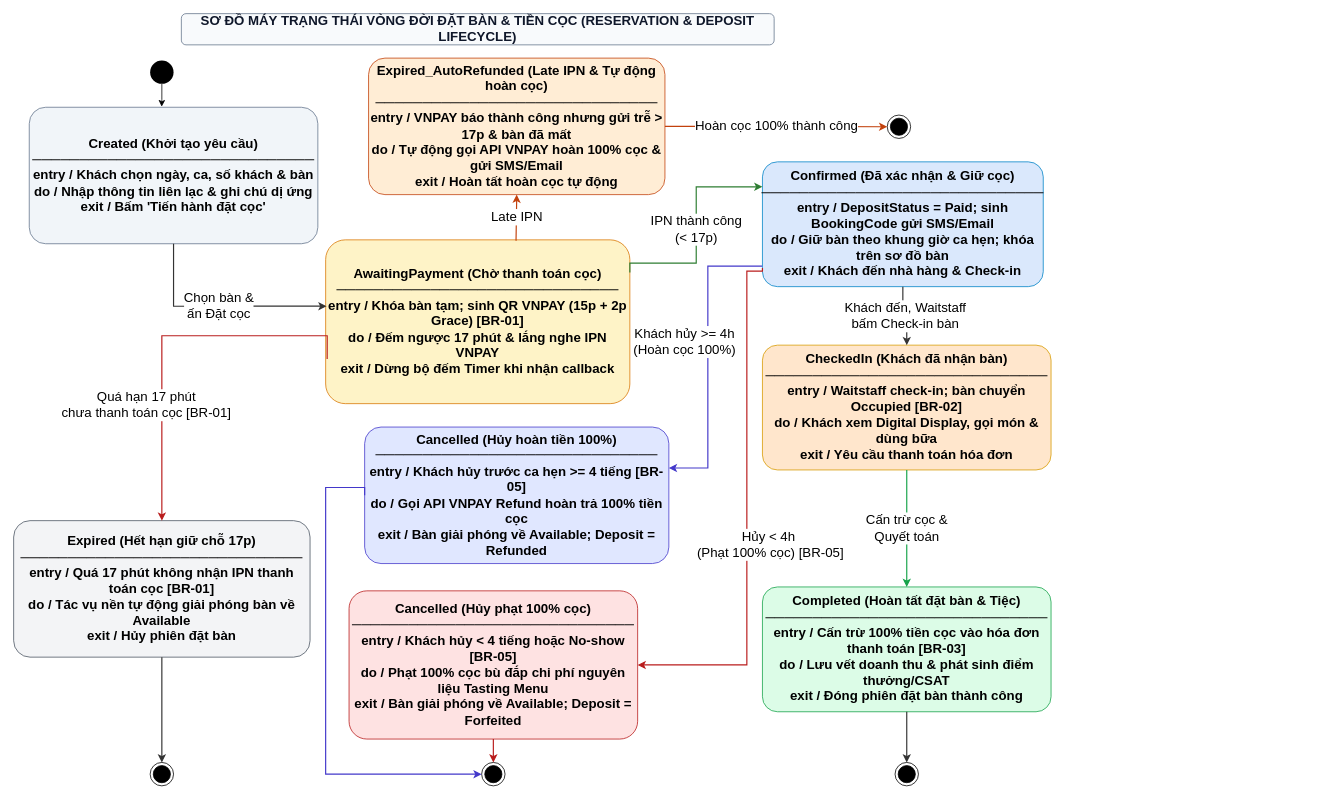
Above: docs/phase1/drawio/state_reservation_lifecycle.drawio in AndrewQng/VinDining (draw.io), before the change. Source tidied: cells renumbered, new cells numbered last; positions are measured from the earlier drawing's top-left corner, leaving out a move shared by most shapes. Both pictures are drawn from the tidied source at 78%, with x=0, y=0 at pixel (13, 13).
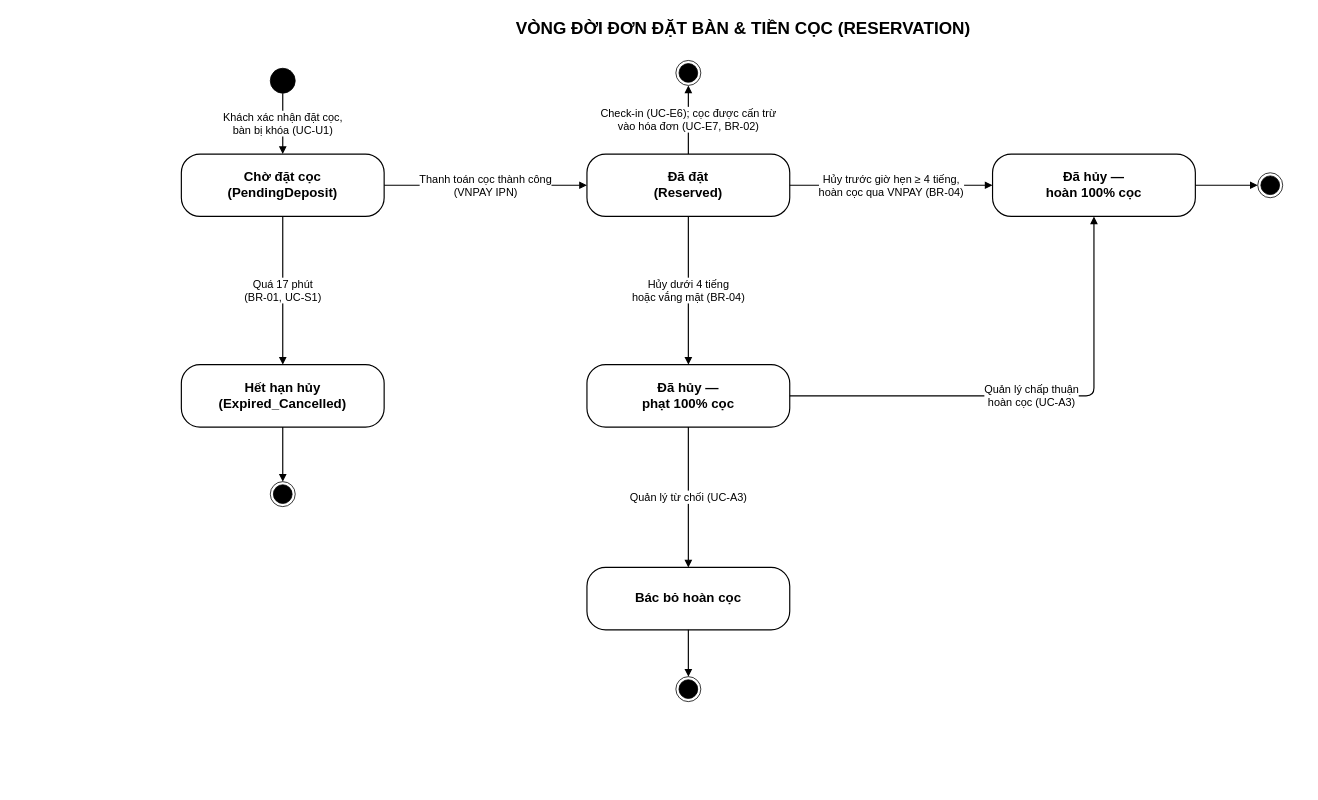
The same diagram, later.

What changed in the source:
```diff
@@
-    <mxCell id="2" value="SƠ ĐỒ MÁY TRẠNG THÁI VÒNG ĐỜI ĐẶT BÀN &amp;amp; TIỀN CỌC (RESERVATION &amp;amp; DEPOSIT LIFECYCLE)" style="rounded=1;whiteSpace=wrap;html=1;fillColor=#f8fafc;strokeColor=#64748b;fontStyle=1;fontSize=17;fontColor=#0f172a;" parent="1" vertex="1">
-      <mxGeometry x="215" width="760" height="40" as="geometry" />
+    <mxCell id="2" value="VÒNG ĐỜI ĐƠN ĐẶT BÀN &amp; TIỀN CỌC (RESERVATION)" style="text;html=1;fontSize=22;fontStyle=1;align=center;" parent="1" vertex="1">
+      <mxGeometry x="215" width="1440" height="40" as="geometry" />
     </mxCell>
-    <mxCell id="3" style="ellipse;whiteSpace=wrap;html=1;fillColor=#000000;strokeColor=none;fontSize=17;" parent="1" vertex="1">
-      <mxGeometry x="175" y="60" width="30" height="30" as="geometry" />
-    </mxCell>
-    <mxCell id="4" value="Created (Khởi tạo yêu cầu)&#10;──────────────────────────────&#10;entry / Khách chọn ngày, ca, số khách &amp;amp; bàn&#10;do / Nhập thông tin liên lạc &amp;amp; ghi chú dị ứng&#10;exit / Bấm 'Tiến hành đặt cọc'" style="rounded=1;arcSize=12;whiteSpace=wrap;html=1;fillColor=#f1f5f9;strokeColor=#64748b;fontStyle=1;fontSize=17;align=center;verticalAlign=middle;" parent="1" vertex="1">
-      <mxGeometry x="20" y="120" width="370" height="175" as="geometry" />
-    </mxCell>
-    <mxCell id="5" value="AwaitingPayment (Chờ thanh toán cọc)&#10;──────────────────────────────&#10;entry / Khóa bàn tạm; sinh QR VNPAY (15p + 2p Grace) [BR-01]&#10;do / Đếm ngược 17 phút &amp;amp; lắng nghe IPN VNPAY&#10;exit / Dừng bộ đếm Timer khi nhận callback" style="rounded=1;arcSize=12;whiteSpace=wrap;html=1;fillColor=#fef3c7;strokeColor=#d97706;fontStyle=1;fontSize=17;align=center;verticalAlign=middle;" parent="1" vertex="1">
-      <mxGeometry x="400" y="290" width="390" height="210" as="geometry" />
-    </mxCell>
-    <mxCell id="6" value="Confirmed (Đã xác nhận &amp;amp; Giữ cọc)&#10;──────────────────────────────&#10;entry / DepositStatus = Paid; sinh BookingCode gửi SMS/Email&#10;do / Giữ bàn theo khung giờ ca hẹn; khóa trên sơ đồ bàn&#10;exit / Khách đến nhà hàng &amp;amp; Check-in" style="rounded=1;arcSize=12;whiteSpace=wrap;html=1;fillColor=#dae8fc;strokeColor=#0284c7;fontStyle=1;fontSize=17;align=center;verticalAlign=middle;" parent="1" vertex="1">
-      <mxGeometry x="960" y="190" width="360" height="160" as="geometry" />
-    </mxCell>
-    <mxCell id="7" value="CheckedIn (Khách đã nhận bàn)&#10;──────────────────────────────&#10;entry / Waitstaff check-in; bàn chuyển Occupied [BR-02]&#10;do / Khách xem Digital Display, gọi món &amp;amp; dùng bữa&#10;exit / Yêu cầu thanh toán hóa đơn" style="rounded=1;arcSize=12;whiteSpace=wrap;html=1;fillColor=#ffe6cc;strokeColor=#d79b00;fontStyle=1;fontSize=17;align=center;verticalAlign=middle;" parent="1" vertex="1">
-      <mxGeometry x="960" y="425" width="370" height="160" as="geometry" />
-    </mxCell>
-    <mxCell id="8" value="Completed (Hoàn tất đặt bàn &amp;amp; Tiệc)&#10;──────────────────────────────&#10;entry / Cấn trừ 100% tiền cọc vào hóa đơn thanh toán [BR-03]&#10;do / Lưu vết doanh thu &amp;amp; phát sinh điểm thưởng/CSAT&#10;exit / Đóng phiên đặt bàn thành công" style="rounded=1;arcSize=12;whiteSpace=wrap;html=1;fillColor=#dcfce7;strokeColor=#16a34a;fontStyle=1;fontSize=17;align=center;verticalAlign=middle;" parent="1" vertex="1">
-      <mxGeometry x="960" y="735" width="370" height="160" as="geometry" />
-    </mxCell>
-    <mxCell id="9" value="Cancelled (Hủy hoàn tiền 100%)&#10;──────────────────────────────&#10;entry / Khách hủy trước ca hẹn &amp;gt;= 4 tiếng [BR-05]&#10;do / Gọi API VNPAY Refund hoàn trả 100% tiền cọc&#10;exit / Bàn giải phóng về Available; Deposit = Refunded" style="rounded=1;arcSize=12;whiteSpace=wrap;html=1;fillColor=#e0e7ff;strokeColor=#4338ca;fontStyle=1;fontSize=17;align=center;verticalAlign=middle;" parent="1" vertex="1">
-      <mxGeometry x="450" y="530" width="390" height="175" as="geometry" />
-    </mxCell>
-    <mxCell id="10" value="Cancelled (Hủy phạt 100% cọc)&#10;──────────────────────────────&#10;entry / Khách hủy &amp;lt; 4 tiếng hoặc No-show [BR-05]&#10;do / Phạt 100% cọc bù đắp chi phí nguyên liệu Tasting Menu&#10;exit / Bàn giải phóng về Available; Deposit = Forfeited" style="rounded=1;arcSize=12;whiteSpace=wrap;html=1;fillColor=#fee2e2;strokeColor=#b91c1c;fontStyle=1;fontSize=17;align=center;verticalAlign=middle;" parent="1" vertex="1">
-      <mxGeometry x="430" y="740" width="370" height="190" as="geometry" />
-    </mxCell>
-    <mxCell id="11" value="Expired (Hết hạn giữ chỗ 17p)&#10;──────────────────────────────&#10;entry / Quá 17 phút không nhận IPN thanh toán cọc [BR-01]&#10;do / Tác vụ nền tự động giải phóng bàn về Available&#10;exit / Hủy phiên đặt bàn" style="rounded=1;arcSize=12;whiteSpace=wrap;html=1;fillColor=#f3f4f6;strokeColor=#4b5563;fontStyle=1;fontSize=17;align=center;verticalAlign=middle;" parent="1" vertex="1">
-      <mxGeometry y="650" width="380" height="175" as="geometry" />
-    </mxCell>
-    <mxCell id="12" value="Expired_AutoRefunded (Late IPN &amp;amp; Tự động hoàn cọc)&#10;──────────────────────────────&#10;entry / VNPAY báo thành công nhưng gửi trễ &amp;gt; 17p &amp;amp; bàn đã mất&#10;do / Tự động gọi API VNPAY hoàn 100% cọc &amp;amp; gửi SMS/Email&#10;exit / Hoàn tất hoàn cọc tự động" style="rounded=1;arcSize=12;whiteSpace=wrap;html=1;fillColor=#ffedd5;strokeColor=#c2410c;fontStyle=1;fontSize=17;align=center;verticalAlign=middle;" parent="1" vertex="1">
-      <mxGeometry x="455" y="57" width="380" height="175" as="geometry" />
-    </mxCell>
-    <mxCell id="13" style="ellipse;html=1;shape=endState;fillColor=#000000;strokeColor=#000000;fontSize=17;" parent="1" vertex="1">
-      <mxGeometry x="1130" y="960" width="30" height="30" as="geometry" />
-    </mxCell>
-    <mxCell id="14" style="ellipse;html=1;shape=endState;fillColor=#000000;strokeColor=#000000;fontSize=17;" parent="1" vertex="1">
-      <mxGeometry x="175" y="960" width="30" height="30" as="geometry" />
-    </mxCell>
-    <mxCell id="15" style="ellipse;html=1;shape=endState;fillColor=#000000;strokeColor=#000000;fontSize=17;" parent="1" vertex="1">
-      <mxGeometry x="600" y="960" width="30" height="30" as="geometry" />
-    </mxCell>
-    <mxCell id="16" style="ellipse;html=1;shape=endState;fillColor=#000000;strokeColor=#000000;fontSize=17;" parent="1" vertex="1">
-      <mxGeometry x="1120" y="130" width="30" height="30" as="geometry" />
-    </mxCell>
+    <mxCell id="31" style="ellipse;fillColor=#000000;strokeColor=#000000;" parent="1" vertex="1">
+      <mxGeometry x="329" y="70" width="32" height="32" as="geometry" />
+    </mxCell>
+    <mxCell id="32" value="Chờ đặt cọc&lt;br&gt;(PendingDeposit)" style="rounded=1;arcSize=30;whiteSpace=wrap;html=1;fontSize=17;fontStyle=1;strokeWidth=1.5;" parent="1" vertex="1">
+      <mxGeometry x="215" y="180" width="260" height="80" as="geometry" />
+    </mxCell>
+    <mxCell id="33" value="Hết hạn hủy&lt;br&gt;(Expired_Cancelled)" style="rounded=1;arcSize=30;whiteSpace=wrap;html=1;fontSize=17;fontStyle=1;strokeWidth=1.5;" parent="1" vertex="1">
+      <mxGeometry x="215" y="450" width="260" height="80" as="geometry" />
+    </mxCell>
+    <mxCell id="34" value="Đã đặt&lt;br&gt;(Reserved)" style="rounded=1;arcSize=30;whiteSpace=wrap;html=1;fontSize=17;fontStyle=1;strokeWidth=1.5;" parent="1" vertex="1">
+      <mxGeometry x="735" y="180" width="260" height="80" as="geometry" />
+    </mxCell>
+    <mxCell id="35" value="Đã hủy —&lt;br&gt;hoàn 100% cọc" style="rounded=1;arcSize=30;whiteSpace=wrap;html=1;fontSize=17;fontStyle=1;strokeWidth=1.5;" parent="1" vertex="1">
+      <mxGeometry x="1255" y="180" width="260" height="80" as="geometry" />
+    </mxCell>
+    <mxCell id="36" value="Đã hủy —&lt;br&gt;phạt 100% cọc" style="rounded=1;arcSize=30;whiteSpace=wrap;html=1;fontSize=17;fontStyle=1;strokeWidth=1.5;" parent="1" vertex="1">
+      <mxGeometry x="735" y="450" width="260" height="80" as="geometry" />
+    </mxCell>
+    <mxCell id="37" value="Bác bỏ hoàn cọc" style="rounded=1;arcSize=30;whiteSpace=wrap;html=1;fontSize=17;fontStyle=1;strokeWidth=1.5;" parent="1" vertex="1">
+      <mxGeometry x="735" y="710" width="260" height="80" as="geometry" />
+    </mxCell>
+    <mxCell id="38" style="ellipse;shape=endState;fillColor=#000000;strokeColor=#000000;" parent="1" vertex="1">
+      <mxGeometry x="849" y="60" width="32" height="32" as="geometry" />
+    </mxCell>
+    <mxCell id="39" style="ellipse;shape=endState;fillColor=#000000;strokeColor=#000000;" parent="1" vertex="1">
+      <mxGeometry x="329" y="600" width="32" height="32" as="geometry" />
+    </mxCell>
+    <mxCell id="40" style="ellipse;shape=endState;fillColor=#000000;strokeColor=#000000;" parent="1" vertex="1">
+      <mxGeometry x="849" y="850" width="32" height="32" as="geometry" />
+    </mxCell>
+    <mxCell id="41" style="ellipse;shape=endState;fillColor=#000000;strokeColor=#000000;" parent="1" vertex="1">
+      <mxGeometry x="1595" y="204" width="32" height="32" as="geometry" />
+    </mxCell>
+    <mxCell id="42" value="Khách xác nhận đặt cọc,&lt;br&gt;bàn bị khóa (UC-U1)" style="edgeStyle=orthogonalEdgeStyle;rounded=1;html=1;strokeWidth=1.5;fontSize=14;fontStyle=0;endArrow=block;endFill=1;labelBackgroundColor=#FFFFFF;exitX=0.5;exitY=1;exitDx=0;exitDy=0;entryX=0.5;entryY=0;entryDx=0;entryDy=0;" parent="1" edge="1" source="31" target="32">
+      <mxGeometry relative="1" as="geometry" />
+    </mxCell>
-    <mxCell id="17" value="Chọn bàn &amp;amp;&#10;ấn Đặt cọc" style="edgeStyle=orthogonalEdgeStyle;rounded=0;strokeColor=#333333;strokeWidth=1.5;html=1;fontSize=17;labelBackgroundColor=#ffffff;exitX=0.5;exitY=1;entryX=0.003;entryY=0.405;exitDx=0;exitDy=0;entryDx=0;entryDy=0;entryPerimeter=0;" parent="1" edge="1" source="4" target="5">
-      <mxGeometry relative="1" as="geometry">
-        <Array as="points">
-          <mxPoint x="205" y="375.1" />
-        </Array>
-      </mxGeometry>
+    <mxCell id="17" value="Thanh toán cọc thành công&lt;br&gt;(VNPAY IPN)" style="edgeStyle=orthogonalEdgeStyle;rounded=1;html=1;strokeWidth=1.5;fontSize=14;fontStyle=0;endArrow=block;endFill=1;labelBackgroundColor=#FFFFFF;exitX=1;exitY=0.5;exitDx=0;exitDy=0;entryX=0;entryY=0.5;entryDx=0;entryDy=0;" parent="1" edge="1" source="32" target="34">
+      <mxGeometry relative="1" as="geometry" />
     </mxCell>
-    <mxCell id="18" value="IPN thành công&#10;(&amp;lt; 17p)" style="edgeStyle=orthogonalEdgeStyle;rounded=0;strokeColor=#2e7d32;strokeWidth=1.5;html=1;fontSize=17;labelBackgroundColor=#ffffff;exitX=1;exitY=0.2;entryX=0;entryY=0.2;" parent="1" edge="1" source="5" target="6">
-      <mxGeometry relative="1" as="geometry">
-        <Array as="points">
-          <mxPoint x="790" y="319.9" />
-          <mxPoint x="875.1" y="319.9" />
-          <mxPoint x="875.1" y="222.1" />
-        </Array>
-      </mxGeometry>
+    <mxCell id="18" value="Quá 17 phút&lt;br&gt;(BR-01, UC-S1)" style="edgeStyle=orthogonalEdgeStyle;rounded=1;html=1;strokeWidth=1.5;fontSize=14;fontStyle=0;endArrow=block;endFill=1;labelBackgroundColor=#FFFFFF;exitX=0.5;exitY=1;exitDx=0;exitDy=0;entryX=0.5;entryY=0;entryDx=0;entryDy=0;" parent="1" edge="1" source="32" target="33">
+      <mxGeometry relative="1" as="geometry" />
     </mxCell>
-    <mxCell id="19" value="Khách đến, Waitstaff&#10;bấm Check-in bàn" style="edgeStyle=orthogonalEdgeStyle;rounded=0;strokeColor=#333333;strokeWidth=1.5;html=1;fontSize=17;labelBackgroundColor=#ffffff;exitX=0.5;exitY=1;entryX=0.5;entryY=0;" parent="1" edge="1" source="6" target="7">
+    <mxCell id="19" style="edgeStyle=orthogonalEdgeStyle;rounded=1;html=1;strokeWidth=1.5;fontSize=14;fontStyle=0;endArrow=block;endFill=1;labelBackgroundColor=#FFFFFF;exitX=0.5;exitY=1;exitDx=0;exitDy=0;entryX=0.5;entryY=0;entryDx=0;entryDy=0;" parent="1" edge="1" source="33" target="39">
       <mxGeometry relative="1" as="geometry" />
     </mxCell>
-    <mxCell id="20" value="Cấn trừ cọc &amp;amp;&#10;Quyết toán" style="edgeStyle=orthogonalEdgeStyle;rounded=0;strokeColor=#16a34a;strokeWidth=1.5;html=1;fontSize=17;labelBackgroundColor=#ffffff;exitX=0.5;exitY=1;entryX=0.5;entryY=0;" parent="1" edge="1" source="7" target="8">
+    <mxCell id="20" value="Hủy trước giờ hẹn ≥ 4 tiếng,&lt;br&gt;hoàn cọc qua VNPAY (BR-04)" style="edgeStyle=orthogonalEdgeStyle;rounded=1;html=1;strokeWidth=1.5;fontSize=14;fontStyle=0;endArrow=block;endFill=1;labelBackgroundColor=#FFFFFF;exitX=1;exitY=0.5;exitDx=0;exitDy=0;entryX=0;entryY=0.5;entryDx=0;entryDy=0;" parent="1" edge="1" source="34" target="35">
       <mxGeometry relative="1" as="geometry" />
     </mxCell>
-    <mxCell id="21" style="edgeStyle=orthogonalEdgeStyle;rounded=0;strokeColor=#333333;strokeWidth=1.5;html=1;exitX=0.5;exitY=1;entryX=0.5;entryY=0;fontSize=17;" parent="1" edge="1" source="8" target="13">
+    <mxCell id="21" value="Hủy dưới 4 tiếng&lt;br&gt;hoặc vắng mặt (BR-04)" style="edgeStyle=orthogonalEdgeStyle;rounded=1;html=1;strokeWidth=1.5;fontSize=14;fontStyle=0;endArrow=block;endFill=1;labelBackgroundColor=#FFFFFF;exitX=0.5;exitY=1;exitDx=0;exitDy=0;entryX=0.5;entryY=0;entryDx=0;entryDy=0;" parent="1" edge="1" source="34" target="36">
       <mxGeometry relative="1" as="geometry" />
     </mxCell>
-    <mxCell id="22" value="Quá hạn 17 phút&#10;chưa thanh toán cọc [BR-01]" style="edgeStyle=orthogonalEdgeStyle;rounded=0;strokeColor=#b91c1c;strokeWidth=1.5;html=1;fontSize=17;labelBackgroundColor=#ffffff;exitX=0.005;exitY=0.728;entryX=0.5;entryY=0;exitDx=0;exitDy=0;exitPerimeter=0;" parent="1" edge="1" source="5" target="11">
-      <mxGeometry x="0.38" y="-20" relative="1" as="geometry">
-        <Array as="points">
-          <mxPoint x="190" y="412.9" />
-        </Array>
-      </mxGeometry>
-    </mxCell>
-    <mxCell id="23" style="edgeStyle=orthogonalEdgeStyle;rounded=0;strokeColor=#333333;strokeWidth=1.5;html=1;exitX=0.5;exitY=1;entryX=0.5;entryY=0;fontSize=17;" parent="1" edge="1" source="11" target="14">
-      <mxGeometry relative="1" as="geometry" />
-    </mxCell>
-    <mxCell id="24" value="Late IPN" style="edgeStyle=orthogonalEdgeStyle;rounded=0;strokeColor=#c2410c;strokeWidth=1.5;html=1;fontSize=17;labelBackgroundColor=#ffffff;exitX=0.626;exitY=0.006;entryX=0.5;entryY=1;exitDx=0;exitDy=0;exitPerimeter=0;" parent="1" edge="1" source="5" target="12">
-      <mxGeometry relative="1" as="geometry">
-        <Array as="points">
-          <mxPoint x="644.1" y="290" />
-          <mxPoint x="645" y="290" />
-        </Array>
-      </mxGeometry>
-    </mxCell>
-    <mxCell id="25" value="Hoàn cọc 100% thành công" style="edgeStyle=orthogonalEdgeStyle;rounded=0;strokeColor=#c2410c;strokeWidth=1.5;html=1;fontSize=17;labelBackgroundColor=#ffffff;exitX=1;exitY=0.5;entryX=0;entryY=0.5;" parent="1" edge="1" source="12" target="16">
-      <mxGeometry relative="1" as="geometry" />
-    </mxCell>
-    <mxCell id="26" value="Khách hủy &amp;gt;= 4h&#10;(Hoàn cọc 100%)" style="edgeStyle=orthogonalEdgeStyle;rounded=0;strokeColor=#4338ca;strokeWidth=1.5;html=1;fontSize=17;labelBackgroundColor=#ffffff;exitX=-0.001;exitY=0.835;entryX=1;entryY=0.3;exitDx=0;exitDy=0;exitPerimeter=0;" parent="1" edge="1" source="6" target="9">
-      <mxGeometry x="-0.12" y="-30" relative="1" as="geometry">
-        <Array as="points">
-          <mxPoint x="890" y="323.6" />
-          <mxPoint x="890" y="582.5" />
-        </Array>
-      </mxGeometry>
-    </mxCell>
-    <mxCell id="27" value="Hủy &amp;lt; 4h&amp;nbsp;&lt;div&gt;(Phạt 100% cọc) [BR-05]&lt;/div&gt;" style="edgeStyle=orthogonalEdgeStyle;rounded=0;strokeColor=#b91c1c;strokeWidth=1.5;html=1;fontSize=17;labelBackgroundColor=#ffffff;exitX=0;exitY=0.85;entryX=1;entryY=0.5;entryDx=0;entryDy=0;" parent="1" edge="1" source="6" target="10">
-      <mxGeometry x="0.12" y="30" relative="1" as="geometry">
-        <Array as="points">
-          <mxPoint x="960" y="330" />
-          <mxPoint x="940" y="330" />
-          <mxPoint x="940" y="835" />
-        </Array>
-      </mxGeometry>
-    </mxCell>
-    <mxCell id="28" style="edgeStyle=orthogonalEdgeStyle;rounded=0;strokeColor=#4338ca;strokeWidth=1.5;html=1;exitX=0;exitY=0.5;entryX=0;entryY=0.5;fontSize=17;" parent="1" edge="1" source="9" target="15">
-      <mxGeometry relative="1" as="geometry">
-        <Array as="points">
-          <mxPoint x="450" y="607.5" />
-          <mxPoint x="400" y="607.5" />
-          <mxPoint x="400" y="975" />
-        </Array>
-      </mxGeometry>
-    </mxCell>
-    <mxCell id="29" style="edgeStyle=orthogonalEdgeStyle;rounded=0;strokeColor=#b91c1c;strokeWidth=1.5;html=1;exitX=0.5;exitY=1;entryX=0.5;entryY=0;fontSize=17;" parent="1" edge="1" source="10" target="15">
-      <mxGeometry relative="1" as="geometry" />
-    </mxCell>
-    <mxCell id="30" style="edgeStyle=orthogonalEdgeStyle;rounded=0;jettySize=auto;html=1;entryX=0.459;entryY=-0.004;entryDx=0;entryDy=0;entryPerimeter=0;" parent="1" edge="1" source="3" target="4">
-      <mxGeometry relative="1" as="geometry" />
-    </mxCell>
+    <mxCell id="43" value="Quản lý chấp thuận&lt;br&gt;hoàn cọc (UC-A3)" style="edgeStyle=orthogonalEdgeStyle;rounded=1;html=1;strokeWidth=1.5;fontSize=14;fontStyle=0;endArrow=block;endFill=1;labelBackgroundColor=#FFFFFF;exitX=1;exitY=0.5;exitDx=0;exitDy=0;entryX=0.5;entryY=1;entryDx=0;entryDy=0;" parent="1" edge="1" source="36" target="35">
+      <mxGeometry relative="1" as="geometry">
+        <Array as="points">
+          <mxPoint x="1385" y="490" />
+        </Array>
+      </mxGeometry>
+    </mxCell>
+    <mxCell id="44" value="Quản lý từ chối (UC-A3)" style="edgeStyle=orthogonalEdgeStyle;rounded=1;html=1;strokeWidth=1.5;fontSize=14;fontStyle=0;endArrow=block;endFill=1;labelBackgroundColor=#FFFFFF;exitX=0.5;exitY=1;exitDx=0;exitDy=0;entryX=0.5;entryY=0;entryDx=0;entryDy=0;" parent="1" edge="1" source="36" target="37">
+      <mxGeometry relative="1" as="geometry" />
+    </mxCell>
+    <mxCell id="45" style="edgeStyle=orthogonalEdgeStyle;rounded=1;html=1;strokeWidth=1.5;fontSize=14;fontStyle=0;endArrow=block;endFill=1;labelBackgroundColor=#FFFFFF;exitX=0.5;exitY=1;exitDx=0;exitDy=0;entryX=0.5;entryY=0;entryDx=0;entryDy=0;" parent="1" edge="1" source="37" target="40">
+      <mxGeometry relative="1" as="geometry" />
+    </mxCell>
+    <mxCell id="46" style="edgeStyle=orthogonalEdgeStyle;rounded=1;html=1;strokeWidth=1.5;fontSize=14;fontStyle=0;endArrow=block;endFill=1;labelBackgroundColor=#FFFFFF;exitX=1;exitY=0.5;exitDx=0;exitDy=0;entryX=0;entryY=0.5;entryDx=0;entryDy=0;" parent="1" edge="1" source="35" target="41">
+      <mxGeometry relative="1" as="geometry" />
+    </mxCell>
+    <mxCell id="47" value="Check-in (UC-E6); cọc được cấn trừ&lt;br&gt;vào hóa đơn (UC-E7, BR-02)" style="edgeStyle=orthogonalEdgeStyle;rounded=1;html=1;strokeWidth=1.5;fontSize=14;fontStyle=0;endArrow=block;endFill=1;labelBackgroundColor=#FFFFFF;exitX=0.5;exitY=0;exitDx=0;exitDy=0;entryX=0.5;entryY=1;entryDx=0;entryDy=0;" parent="1" edge="1" source="34" target="38">
+      <mxGeometry relative="1" as="geometry" />
+    </mxCell>
```
